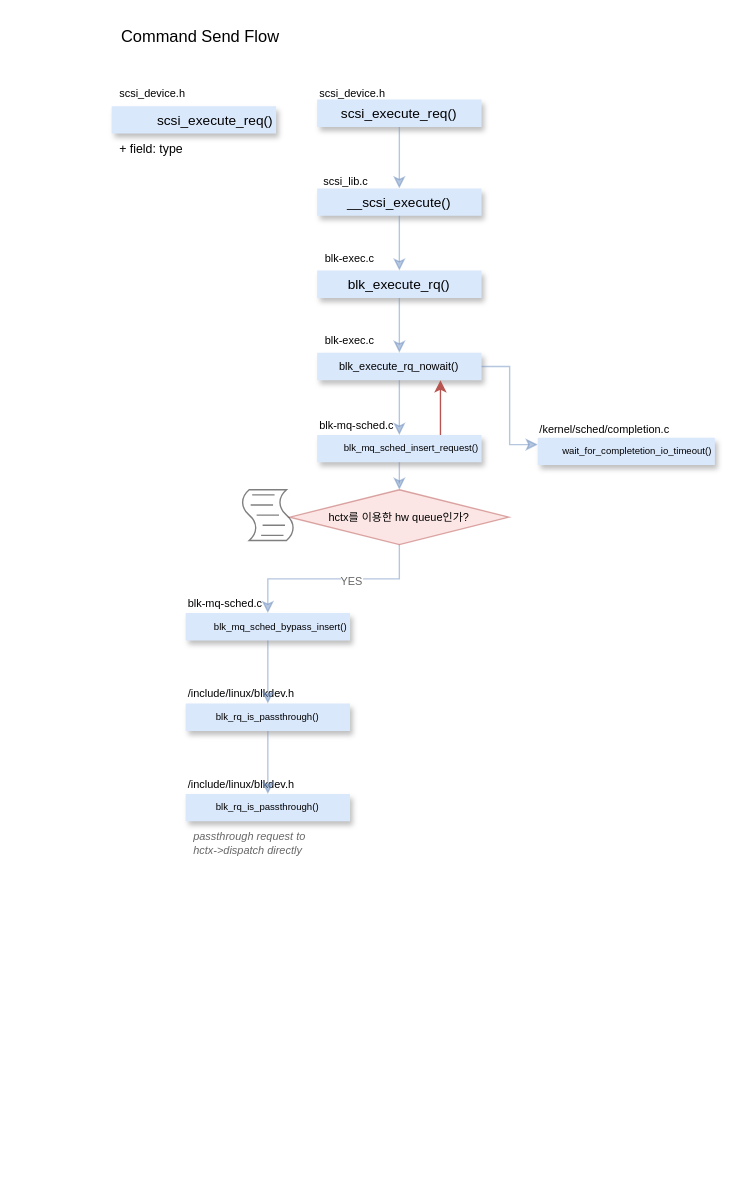
Above: page "Command Flow" (1 of 2) of Untitled Diagram.drawio in Flying-Camel/KernelSourceAnalize (draw.io), before the change. Source tidied: cells renumbered, new cells numbered last; positions are measured from the earlier drawing's top-left corner, leaving out a move shared by most shapes. Both pictures are drawn from the tidied source at 137%, with x=0, y=0 at pixel (111, 23).
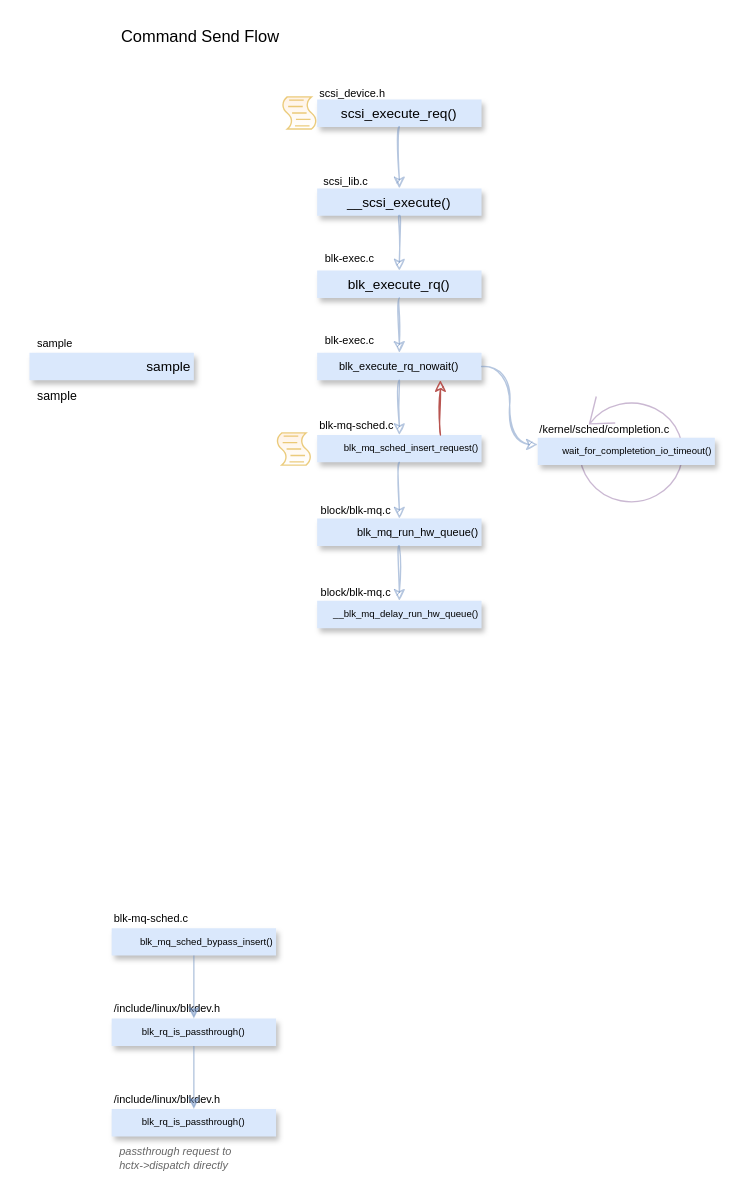
The same diagram, later.

Unchanged cells that the change refers to:
```xml
<mxCell id="7" style="group;" parent="1" vertex="1">
  <mxGeometry x="150" y="40" width="120" height="50" as="geometry" />
</mxCell>
<mxCell id="10" style="group;opacity=50;" parent="1" vertex="1">
  <mxGeometry x="150" y="100" width="120" height="246" as="geometry" />
</mxCell>
<mxCell id="13" style="group;" parent="10" vertex="1">
  <mxGeometry y="60" width="120" height="186" as="geometry" />
</mxCell>
<mxCell id="16" style="group;" parent="13" vertex="1">
  <mxGeometry y="60" width="120" height="126" as="geometry" />
</mxCell>
<mxCell id="19" style="group;" parent="16" vertex="1">
  <mxGeometry y="60" width="120" height="66" as="geometry" />
</mxCell>
```

Change to the diagram source:
```diff
@@
-    <mxCell id="2" value="Command Send Flow" style="text;html=1;strokeColor=none;fillColor=none;align=center;verticalAlign=middle;whiteSpace=wrap;rounded=0;" parent="1" vertex="1">
+    <mxCell id="2" value="Command Send Flow" style="text;html=1;strokeColor=none;fillColor=none;align=center;verticalAlign=middle;whiteSpace=wrap;" parent="1" vertex="1">
       <mxGeometry width="130" height="20" as="geometry" />
     </mxCell>
-    <mxCell id="3" style="group;" parent="1" vertex="1">
-      <mxGeometry y="40" width="120" height="66" as="geometry" />
-    </mxCell>
-    <mxCell id="4" value="scsi_execute_req()" style="swimlane;fontStyle=0;horizontal=1;startSize=20;fillColor=#dae8fc;strokeColor=none;fontSize=10;swimlaneLine=0;sketch=0;glass=0;shadow=1;align=right;" parent="3" vertex="1">
-      <mxGeometry y="20" width="120" height="46" as="geometry" />
-    </mxCell>
-    <mxCell id="5" value="+ field: type" style="text;strokeColor=none;fillColor=none;align=left;verticalAlign=top;spacingLeft=4;spacingRight=4;overflow=hidden;fontSize=9;" parent="4" vertex="1">
-      <mxGeometry y="20" width="120" height="26" as="geometry" />
-    </mxCell>
-    <mxCell id="6" value="scsi_device.h" style="text;strokeColor=none;fillColor=none;align=left;verticalAlign=top;spacingLeft=4;spacingRight=4;overflow=hidden;shadow=1;glass=0;sketch=0;fontSize=8;" parent="3" vertex="1">
-      <mxGeometry width="100" height="20" as="geometry" />
-    </mxCell>
@@
-    <mxCell id="8" value="scsi_execute_req()" style="swimlane;fontStyle=0;horizontal=1;startSize=25;fillColor=#dae8fc;strokeColor=none;fontSize=10;swimlaneLine=0;sketch=0;glass=0;shadow=1;" parent="7" vertex="1" collapsed="1">
+    <mxCell id="8" value="scsi_execute_req()" style="swimlane;fontStyle=0;horizontal=1;startSize=25;fillColor=#dae8fc;strokeColor=none;fontSize=10;swimlaneLine=0;glass=0;shadow=1;" parent="7" vertex="1" collapsed="1">
       <mxGeometry y="15.2" width="120" height="20" as="geometry" />
     </mxCell>
-    <mxCell id="9" value="scsi_device.h" style="text;strokeColor=none;fillColor=none;align=left;verticalAlign=top;spacingLeft=4;spacingRight=4;overflow=hidden;shadow=1;glass=0;sketch=0;fontSize=8;" parent="7" vertex="1">
+    <mxCell id="9" value="scsi_device.h" style="text;strokeColor=none;fillColor=none;align=left;verticalAlign=top;spacingLeft=4;spacingRight=4;overflow=hidden;shadow=1;glass=0;fontSize=8;" parent="7" vertex="1">
       <mxGeometry x="-4" y="-0.1" width="100" height="15.2" as="geometry" />
     </mxCell>
@@
-    <mxCell id="11" value="__scsi_execute()" style="swimlane;fontStyle=0;horizontal=1;startSize=20;fillColor=#dae8fc;strokeColor=none;fontSize=10;swimlaneLine=0;sketch=0;glass=0;shadow=1;" parent="10" vertex="1" collapsed="1">
+    <mxCell id="11" value="__scsi_execute()" style="swimlane;fontStyle=0;horizontal=1;startSize=20;fillColor=#dae8fc;strokeColor=none;fontSize=10;swimlaneLine=0;glass=0;shadow=1;" parent="10" vertex="1" collapsed="1">
       <mxGeometry y="20" width="120" height="20" as="geometry" />
     </mxCell>
-    <mxCell id="12" value="scsi_lib.c" style="text;strokeColor=none;fillColor=none;align=left;verticalAlign=top;spacingLeft=4;spacingRight=4;overflow=hidden;shadow=1;glass=0;sketch=0;fontSize=8;" parent="10" vertex="1">
+    <mxCell id="12" value="scsi_lib.c" style="text;strokeColor=none;fillColor=none;align=left;verticalAlign=top;spacingLeft=4;spacingRight=4;overflow=hidden;shadow=1;glass=0;fontSize=8;" parent="10" vertex="1">
       <mxGeometry x="-1" y="4" width="120" height="20" as="geometry" />
     </mxCell>
@@
-    <mxCell id="14" value="blk_execute_rq()" style="swimlane;fontStyle=0;horizontal=1;startSize=20;fillColor=#dae8fc;strokeColor=none;fontSize=10;swimlaneLine=0;sketch=0;glass=0;shadow=1;" parent="13" vertex="1" collapsed="1">
+    <mxCell id="14" value="blk_execute_rq()" style="swimlane;fontStyle=0;horizontal=1;startSize=20;fillColor=#dae8fc;strokeColor=none;fontSize=10;swimlaneLine=0;glass=0;shadow=1;" parent="13" vertex="1" collapsed="1">
       <mxGeometry y="20" width="120" height="20" as="geometry" />
     </mxCell>
-    <mxCell id="15" value="blk-exec.c" style="text;strokeColor=none;fillColor=none;align=left;verticalAlign=top;spacingLeft=4;spacingRight=4;overflow=hidden;points=[[0,0.5],[1,0.5]];portConstraint=eastwest;shadow=1;glass=0;sketch=0;fontSize=8;" parent="13" vertex="1">
+    <mxCell id="15" value="blk-exec.c" style="text;strokeColor=none;fillColor=none;align=left;verticalAlign=top;spacingLeft=4;spacingRight=4;overflow=hidden;points=[[0,0.5],[1,0.5]];portConstraint=eastwest;shadow=1;glass=0;fontSize=8;" parent="13" vertex="1">
       <mxGeometry width="100" height="20" as="geometry" />
     </mxCell>
@@
-    <mxCell id="17" value="blk_execute_rq_nowait()" style="swimlane;fontStyle=0;horizontal=1;startSize=20;fillColor=#dae8fc;strokeColor=none;fontSize=8;swimlaneLine=0;sketch=0;glass=0;shadow=1;align=center;" parent="16" vertex="1" collapsed="1">
+    <mxCell id="17" value="blk_execute_rq_nowait()" style="swimlane;fontStyle=0;horizontal=1;startSize=20;fillColor=#dae8fc;strokeColor=none;fontSize=8;swimlaneLine=0;glass=0;shadow=1;align=center;" parent="16" vertex="1" collapsed="1">
       <mxGeometry y="20" width="120" height="20" as="geometry" />
     </mxCell>
-    <mxCell id="18" value="blk-exec.c" style="text;strokeColor=none;fillColor=none;align=left;verticalAlign=top;spacingLeft=4;spacingRight=4;overflow=hidden;shadow=1;glass=0;sketch=0;fontSize=8;" parent="16" vertex="1">
+    <mxCell id="18" value="blk-exec.c" style="text;strokeColor=none;fillColor=none;align=left;verticalAlign=top;spacingLeft=4;spacingRight=4;overflow=hidden;shadow=1;glass=0;fontSize=8;" parent="16" vertex="1">
       <mxGeometry width="100" height="20" as="geometry" />
     </mxCell>
@@
-    <mxCell id="20" value="blk_mq_sched_insert_request()" style="swimlane;fontStyle=0;horizontal=1;startSize=20;fillColor=#dae8fc;strokeColor=none;fontSize=7;swimlaneLine=0;sketch=0;glass=0;shadow=1;align=right;" parent="19" vertex="1" collapsed="1">
+    <mxCell id="20" value="blk_mq_sched_insert_request()" style="swimlane;fontStyle=0;horizontal=1;startSize=20;fillColor=#dae8fc;strokeColor=none;fontSize=7;swimlaneLine=0;glass=0;shadow=1;align=right;" parent="19" vertex="1" collapsed="1">
       <mxGeometry y="20" width="120" height="20" as="geometry" />
     </mxCell>
-    <mxCell id="21" value="blk-mq-sched.c&#10;" style="text;strokeColor=none;fillColor=none;align=left;verticalAlign=top;spacingLeft=4;spacingRight=4;overflow=hidden;shadow=1;glass=0;sketch=0;fontSize=8;" parent="19" vertex="1">
+    <mxCell id="21" value="blk-mq-sched.c&#10;" style="text;strokeColor=none;fillColor=none;align=left;verticalAlign=top;spacingLeft=4;spacingRight=4;overflow=hidden;shadow=1;glass=0;fontSize=8;" parent="19" vertex="1">
       <mxGeometry x="-4" y="2" width="100" height="20" as="geometry" />
     </mxCell>
-    <mxCell id="22" style="edgeStyle=orthogonalEdgeStyle;rounded=0;jettySize=auto;html=1;fontSize=7;fillColor=#dae8fc;strokeColor=#6c8ebf;opacity=50;" parent="16" edge="1" source="17" target="20">
+    <mxCell id="22" style="edgeStyle=orthogonalEdgeStyle;rounded=0;jettySize=auto;html=1;fontSize=7;fillColor=#dae8fc;strokeColor=#6c8ebf;opacity=50;curved=1;sketch=1;" parent="16" edge="1" source="17" target="20">
       <mxGeometry relative="1" as="geometry" />
     </mxCell>
-    <mxCell id="23" style="edgeStyle=orthogonalEdgeStyle;rounded=0;jettySize=auto;html=1;entryX=0.75;entryY=1;entryDx=0;entryDy=0;fontSize=7;fillColor=#f8cecc;strokeColor=#b85450;" parent="16" edge="1" source="20" target="17">
+    <mxCell id="23" style="edgeStyle=orthogonalEdgeStyle;rounded=0;jettySize=auto;html=1;entryX=0.75;entryY=1;entryDx=0;entryDy=0;fontSize=7;fillColor=#f8cecc;strokeColor=#b85450;curved=1;sketch=1;" parent="16" edge="1" source="20" target="17">
       <mxGeometry relative="1" as="geometry">
         <Array as="points">
           <mxPoint x="90" y="70" />
           <mxPoint x="90" y="70" />
         </Array>
       </mxGeometry>
     </mxCell>
-    <mxCell id="24" style="edgeStyle=orthogonalEdgeStyle;rounded=0;jettySize=auto;html=1;entryX=0.5;entryY=0;entryDx=0;entryDy=0;fontSize=9;fillColor=#dae8fc;strokeColor=#6c8ebf;opacity=50;" parent="13" edge="1" source="14" target="17">
+    <mxCell id="24" style="edgeStyle=orthogonalEdgeStyle;rounded=0;jettySize=auto;html=1;entryX=0.5;entryY=0;entryDx=0;entryDy=0;fontSize=9;fillColor=#dae8fc;strokeColor=#6c8ebf;opacity=50;curved=1;sketch=1;" parent="13" edge="1" source="14" target="17">
       <mxGeometry relative="1" as="geometry" />
     </mxCell>
-    <mxCell id="25" style="edgeStyle=orthogonalEdgeStyle;rounded=0;jettySize=auto;html=1;fillColor=#dae8fc;strokeColor=#6c8ebf;opacity=50;" parent="10" edge="1" source="11" target="14">
+    <mxCell id="25" style="edgeStyle=orthogonalEdgeStyle;rounded=0;jettySize=auto;html=1;fillColor=#dae8fc;strokeColor=#6c8ebf;opacity=50;curved=1;sketch=1;" parent="10" edge="1" source="11" target="14">
       <mxGeometry relative="1" as="geometry" />
     </mxCell>
-    <mxCell id="26" style="edgeStyle=orthogonalEdgeStyle;rounded=0;jettySize=auto;html=1;entryX=0.596;entryY=-0.007;entryDx=0;entryDy=0;entryPerimeter=0;fillColor=#dae8fc;strokeColor=none;" parent="10" edge="1" source="11" target="15">
-      <mxGeometry relative="1" as="geometry" />
-    </mxCell>
-    <mxCell id="27" style="edgeStyle=orthogonalEdgeStyle;rounded=0;jettySize=auto;html=1;fontSize=8;strokeColor=#6c8ebf;exitX=0.5;exitY=1;exitDx=0;exitDy=0;fillColor=#dae8fc;opacity=50;" parent="1" edge="1" source="8" target="11">
+    <mxCell id="27" style="edgeStyle=orthogonalEdgeStyle;rounded=0;jettySize=auto;html=1;fontSize=8;strokeColor=#6c8ebf;exitX=0.5;exitY=1;exitDx=0;exitDy=0;fillColor=#dae8fc;opacity=50;curved=1;sketch=1;" parent="1" edge="1" source="8" target="11">
       <mxGeometry relative="1" as="geometry" />
     </mxCell>
-    <mxCell id="28" style="edgeStyle=orthogonalEdgeStyle;rounded=0;jettySize=auto;html=1;fontSize=7;fillColor=#dae8fc;strokeColor=#6c8ebf;entryX=0;entryY=0.25;entryDx=0;entryDy=0;opacity=50;" parent="1" edge="1" source="17" target="30">
+    <mxCell id="28" style="edgeStyle=orthogonalEdgeStyle;rounded=0;jettySize=auto;html=1;fontSize=7;fillColor=#dae8fc;strokeColor=#6c8ebf;entryX=0;entryY=0.25;entryDx=0;entryDy=0;opacity=50;curved=1;sketch=1;" parent="1" edge="1" source="17" target="30">
       <mxGeometry relative="1" as="geometry" />
     </mxCell>
     <mxCell id="29" style="group;" parent="1" vertex="1">
-      <mxGeometry x="311" y="282" width="139" height="66" as="geometry" />
+      <mxGeometry x="311" y="282" width="139" height="80" as="geometry" />
     </mxCell>
+    <mxCell id="49" style="shape=mxgraph.bpmn.loop;html=1;fontSize=8;opacity=50;align=center;fillColor=#e1d5e7;strokeColor=#9673a6;rotation=88;" parent="29" vertex="1">
+      <mxGeometry x="29" y="-11" width="81" height="81" as="geometry" />
+    </mxCell>
-    <mxCell id="30" value="wait_for_completetion_io_timeout()" style="swimlane;fontStyle=0;horizontal=1;startSize=20;fillColor=#dae8fc;strokeColor=none;fontSize=7;swimlaneLine=0;sketch=0;glass=0;shadow=1;align=right;" parent="29" vertex="1" collapsed="1">
+    <mxCell id="30" value="wait_for_completetion_io_timeout()" style="swimlane;fontStyle=0;horizontal=1;startSize=20;fillColor=#dae8fc;strokeColor=none;fontSize=7;swimlaneLine=0;glass=0;shadow=1;align=right;" parent="29" vertex="1" collapsed="1">
       <mxGeometry y="20" width="129.3" height="20" as="geometry" />
     </mxCell>
-    <mxCell id="31" value="/kernel/sched/completion.c" style="text;strokeColor=none;fillColor=none;align=left;verticalAlign=top;spacingLeft=4;spacingRight=4;overflow=hidden;shadow=1;glass=0;sketch=0;fontSize=8;" parent="29" vertex="1">
+    <mxCell id="31" value="/kernel/sched/completion.c" style="text;strokeColor=none;fillColor=none;align=left;verticalAlign=top;spacingLeft=4;spacingRight=4;overflow=hidden;shadow=1;glass=0;fontSize=8;" parent="29" vertex="1">
       <mxGeometry x="-4.3" y="3" width="115.8" height="20" as="geometry" />
     </mxCell>
     <mxCell id="32" style="group;" parent="1" vertex="1">
-      <mxGeometry x="54" y="410" width="120" height="66" as="geometry" />
+      <mxGeometry y="640" width="120" height="66" as="geometry" />
     </mxCell>
-    <mxCell id="33" value="blk_mq_sched_bypass_insert()" style="swimlane;fontStyle=0;horizontal=1;startSize=20;fillColor=#dae8fc;strokeColor=none;fontSize=7;swimlaneLine=0;sketch=0;glass=0;shadow=1;align=right;" parent="32" vertex="1" collapsed="1">
+    <mxCell id="33" value="blk_mq_sched_bypass_insert()" style="swimlane;fontStyle=0;horizontal=1;startSize=20;fillColor=#dae8fc;strokeColor=none;fontSize=7;swimlaneLine=0;glass=0;shadow=1;align=right;" parent="32" vertex="1" collapsed="1">
       <mxGeometry y="20" width="120" height="20" as="geometry" />
     </mxCell>
-    <mxCell id="34" value="blk-mq-sched.c&#10;" style="text;strokeColor=none;fillColor=none;align=left;verticalAlign=top;spacingLeft=4;spacingRight=4;overflow=hidden;shadow=1;glass=0;sketch=0;fontSize=8;" parent="32" vertex="1">
+    <mxCell id="34" value="blk-mq-sched.c&#10;" style="text;strokeColor=none;fillColor=none;align=left;verticalAlign=top;spacingLeft=4;spacingRight=4;overflow=hidden;shadow=1;glass=0;fontSize=8;" parent="32" vertex="1">
       <mxGeometry x="-4" y="2" width="100" height="20" as="geometry" />
     </mxCell>
-    <mxCell id="35" style="edgeStyle=orthogonalEdgeStyle;rounded=0;jettySize=auto;html=1;fontSize=8;fillColor=#dae8fc;strokeColor=#6c8ebf;opacity=50;exitX=0.5;exitY=1;exitDx=0;exitDy=0;" parent="1" edge="1" source="46" target="33">
-      <mxGeometry relative="1" as="geometry" />
-    </mxCell>
-    <mxCell id="36" value="YES" style="edgeLabel;html=1;align=center;verticalAlign=middle;fontSize=8;fontColor=#666666;" parent="35" vertex="1">
-      <mxGeometry x="-0.16" y="1" relative="1" as="geometry" />
-    </mxCell>
     <mxCell id="37" style="group;" parent="1" vertex="1">
-      <mxGeometry x="54" y="476" width="120" height="66" as="geometry" />
+      <mxGeometry y="706" width="120" height="66" as="geometry" />
     </mxCell>
-    <mxCell id="38" value=" blk_rq_is_passthrough()" style="swimlane;fontStyle=0;horizontal=1;startSize=20;fillColor=#dae8fc;strokeColor=none;fontSize=7;swimlaneLine=0;sketch=0;glass=0;shadow=1;align=center;" parent="37" vertex="1" collapsed="1">
+    <mxCell id="38" value=" blk_rq_is_passthrough()" style="swimlane;fontStyle=0;horizontal=1;startSize=20;fillColor=#dae8fc;strokeColor=none;fontSize=7;swimlaneLine=0;glass=0;shadow=1;align=center;" parent="37" vertex="1" collapsed="1">
       <mxGeometry y="20" width="120" height="20" as="geometry" />
     </mxCell>
-    <mxCell id="39" value="/include/linux/blkdev.h" style="text;strokeColor=none;fillColor=none;align=left;verticalAlign=top;spacingLeft=4;spacingRight=4;overflow=hidden;shadow=1;glass=0;sketch=0;fontSize=8;" parent="37" vertex="1">
+    <mxCell id="39" value="/include/linux/blkdev.h" style="text;strokeColor=none;fillColor=none;align=left;verticalAlign=top;spacingLeft=4;spacingRight=4;overflow=hidden;shadow=1;glass=0;fontSize=8;" parent="37" vertex="1">
       <mxGeometry x="-4" y="2" width="100" height="20" as="geometry" />
     </mxCell>
     <mxCell id="40" style="group;" parent="1" vertex="1">
-      <mxGeometry x="54" y="542" width="120" height="66" as="geometry" />
+      <mxGeometry y="772" width="120" height="66" as="geometry" />
     </mxCell>
-    <mxCell id="41" value=" blk_rq_is_passthrough()" style="swimlane;fontStyle=0;horizontal=1;startSize=20;fillColor=#dae8fc;strokeColor=none;fontSize=7;swimlaneLine=0;sketch=0;glass=0;shadow=1;align=center;" parent="40" vertex="1">
+    <mxCell id="41" value=" blk_rq_is_passthrough()" style="swimlane;fontStyle=0;horizontal=1;startSize=20;fillColor=#dae8fc;strokeColor=none;fontSize=7;swimlaneLine=0;glass=0;shadow=1;align=center;" parent="40" vertex="1">
       <mxGeometry y="20" width="120" height="46" as="geometry" />
     </mxCell>
@@
-    <mxCell id="43" value="/include/linux/blkdev.h" style="text;strokeColor=none;fillColor=none;align=left;verticalAlign=top;spacingLeft=4;spacingRight=4;overflow=hidden;shadow=1;glass=0;sketch=0;fontSize=8;" parent="40" vertex="1">
+    <mxCell id="43" value="/include/linux/blkdev.h" style="text;strokeColor=none;fillColor=none;align=left;verticalAlign=top;spacingLeft=4;spacingRight=4;overflow=hidden;shadow=1;glass=0;fontSize=8;" parent="40" vertex="1">
       <mxGeometry x="-4" y="2" width="100" height="20" as="geometry" />
     </mxCell>
-    <mxCell id="44" style="edgeStyle=orthogonalEdgeStyle;rounded=0;jettySize=auto;html=1;fontSize=8;fontColor=#666666;fillColor=#dae8fc;strokeColor=#6c8ebf;opacity=50;" parent="1" edge="1" source="33" target="38">
+    <mxCell id="44" style="edgeStyle=orthogonalEdgeStyle;rounded=0;jettySize=auto;html=1;fontSize=8;fontColor=#666666;fillColor=#dae8fc;strokeColor=#6c8ebf;opacity=50;curved=1;" parent="1" edge="1" source="33" target="38">
       <mxGeometry relative="1" as="geometry" />
     </mxCell>
-    <mxCell id="45" style="edgeStyle=orthogonalEdgeStyle;rounded=1;jettySize=auto;html=1;fontSize=8;fontColor=#666666;opacity=50;fillColor=#dae8fc;strokeColor=#6c8ebf;" parent="1" edge="1" source="38" target="41">
+    <mxCell id="45" style="edgeStyle=orthogonalEdgeStyle;rounded=1;jettySize=auto;html=1;fontSize=8;fontColor=#666666;opacity=50;fillColor=#dae8fc;strokeColor=#6c8ebf;curved=1;" parent="1" edge="1" source="38" target="41">
       <mxGeometry relative="1" as="geometry" />
     </mxCell>
-    <mxCell id="46" value="&lt;font style=&quot;font-size: 8px&quot;&gt;hctx를 이용한 hw queue인가?&lt;/font&gt;" style="rhombus;whiteSpace=wrap;html=1;fontSize=8;opacity=50;align=center;fillColor=#f8cecc;strokeColor=#b85450;" parent="1" vertex="1">
-      <mxGeometry x="130" y="340" width="160" height="40" as="geometry" />
-    </mxCell>
-    <mxCell id="47" style="edgeStyle=orthogonalEdgeStyle;rounded=1;jettySize=auto;html=1;fontSize=8;fontColor=#666666;opacity=50;fillColor=#dae8fc;strokeColor=#6c8ebf;" parent="1" edge="1" source="20" target="46">
+    <mxCell id="47" style="edgeStyle=orthogonalEdgeStyle;rounded=1;jettySize=auto;html=1;fontSize=8;fontColor=#666666;opacity=50;fillColor=#dae8fc;strokeColor=#6c8ebf;curved=1;sketch=1;" parent="1" edge="1" source="20" target="52">
       <mxGeometry relative="1" as="geometry" />
     </mxCell>
-    <mxCell id="48" style="shape=mxgraph.bpmn.script_task;html=1;fontSize=8;fontColor=#666666;opacity=50;align=center;" parent="1" vertex="1">
-      <mxGeometry x="94" y="340" width="40" height="37" as="geometry" />
+    <mxCell id="48" style="shape=mxgraph.bpmn.script_task;html=1;fontSize=8;opacity=50;align=center;fillColor=#ffe6cc;strokeColor=#d79b00;gradientColor=#ffffff;" parent="1" vertex="1">
+      <mxGeometry x="120" y="298.5" width="26" height="23.5" as="geometry" />
     </mxCell>
+    <mxCell id="50" style="group;" parent="1" vertex="1">
+      <mxGeometry x="150" y="310" width="120" height="97" as="geometry" />
+    </mxCell>
+    <mxCell id="51" value="block/blk-mq.c" style="text;strokeColor=none;fillColor=none;align=left;verticalAlign=top;spacingLeft=4;spacingRight=4;overflow=hidden;shadow=1;glass=0;fontSize=8;" parent="50" vertex="1">
+      <mxGeometry x="-3" y="34" width="100" height="20" as="geometry" />
+    </mxCell>
+    <mxCell id="52" value="blk_mq_run_hw_queue()" style="swimlane;fontStyle=0;horizontal=1;startSize=20;fillColor=#dae8fc;strokeColor=none;fontSize=8;swimlaneLine=0;glass=0;shadow=1;align=right;" parent="50" vertex="1" collapsed="1">
+      <mxGeometry y="51" width="120" height="20" as="geometry" />
+    </mxCell>
+    <mxCell id="53" style="group;" parent="1" vertex="1">
+      <mxGeometry x="150" y="370" width="120" height="71" as="geometry" />
+    </mxCell>
+    <mxCell id="54" value="block/blk-mq.c" style="text;strokeColor=none;fillColor=none;align=left;verticalAlign=top;spacingLeft=4;spacingRight=4;overflow=hidden;shadow=1;glass=0;fontSize=8;" parent="53" vertex="1">
+      <mxGeometry x="-3" y="34" width="100" height="20" as="geometry" />
+    </mxCell>
+    <mxCell id="55" value="__blk_mq_delay_run_hw_queue()" style="swimlane;fontStyle=0;horizontal=1;startSize=20;fillColor=#dae8fc;strokeColor=none;fontSize=7;swimlaneLine=0;glass=0;shadow=1;align=right;" parent="53" vertex="1" collapsed="1">
+      <mxGeometry y="51" width="120" height="20" as="geometry" />
+    </mxCell>
+    <mxCell id="56" style="edgeStyle=orthogonalEdgeStyle;curved=1;rounded=0;sketch=1;jettySize=auto;html=1;entryX=0.5;entryY=0;entryDx=0;entryDy=0;strokeColor=#6c8ebf;fillColor=#dae8fc;fontSize=7;opacity=50;" parent="1" edge="1" source="52" target="55">
+      <mxGeometry relative="1" as="geometry" />
+    </mxCell>
+    <mxCell id="57" style="shape=mxgraph.bpmn.script_task;html=1;fontSize=8;opacity=50;align=center;fillColor=#ffe6cc;strokeColor=#d79b00;gradientColor=#ffffff;" parent="1" vertex="1">
+      <mxGeometry x="124" y="53.2" width="26" height="23.5" as="geometry" />
+    </mxCell>
+    <mxCell id="3" style="group;" parent="1" vertex="1">
+      <mxGeometry x="-60" y="220" width="120" height="66" as="geometry" />
+    </mxCell>
+    <mxCell id="4" value="sample" style="swimlane;fontStyle=0;horizontal=1;startSize=20;fillColor=#dae8fc;strokeColor=none;fontSize=10;swimlaneLine=0;glass=0;shadow=1;align=right;" parent="3" vertex="1">
+      <mxGeometry y="20" width="120" height="46" as="geometry" />
+    </mxCell>
+    <mxCell id="5" value="sample" style="text;strokeColor=none;fillColor=none;align=left;verticalAlign=top;spacingLeft=4;spacingRight=4;overflow=hidden;fontSize=9;" parent="4" vertex="1">
+      <mxGeometry y="20" width="120" height="26" as="geometry" />
+    </mxCell>
+    <mxCell id="6" value="sample" style="text;strokeColor=none;fillColor=none;align=left;verticalAlign=top;spacingLeft=4;spacingRight=4;overflow=hidden;shadow=1;glass=0;fontSize=8;" parent="3" vertex="1">
+      <mxGeometry y="2" width="97" height="20" as="geometry" />
+    </mxCell>
```
